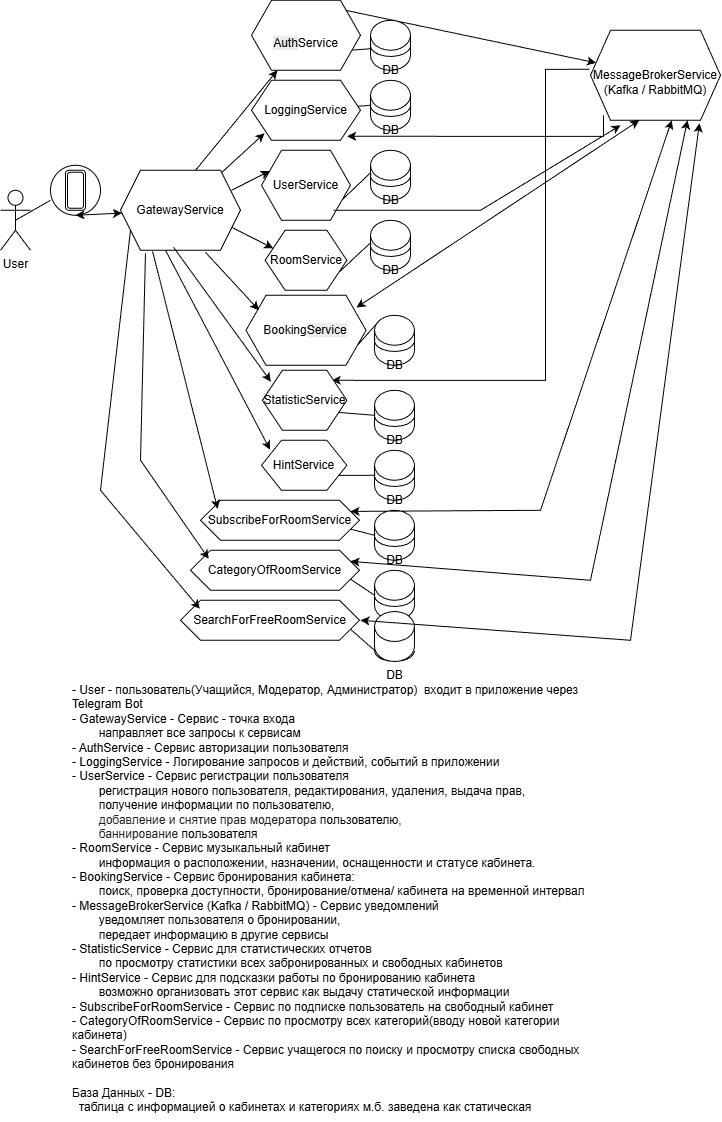
Above: Архитектура проекта Бот в музыкальной студии.png in jovnvl/MusicStudioBot (draw.io), before the change. Source tidied: cells renumbered, new cells last; positions are measured from the earlier drawing's top-left corner, leaving out a move shared by most shapes.
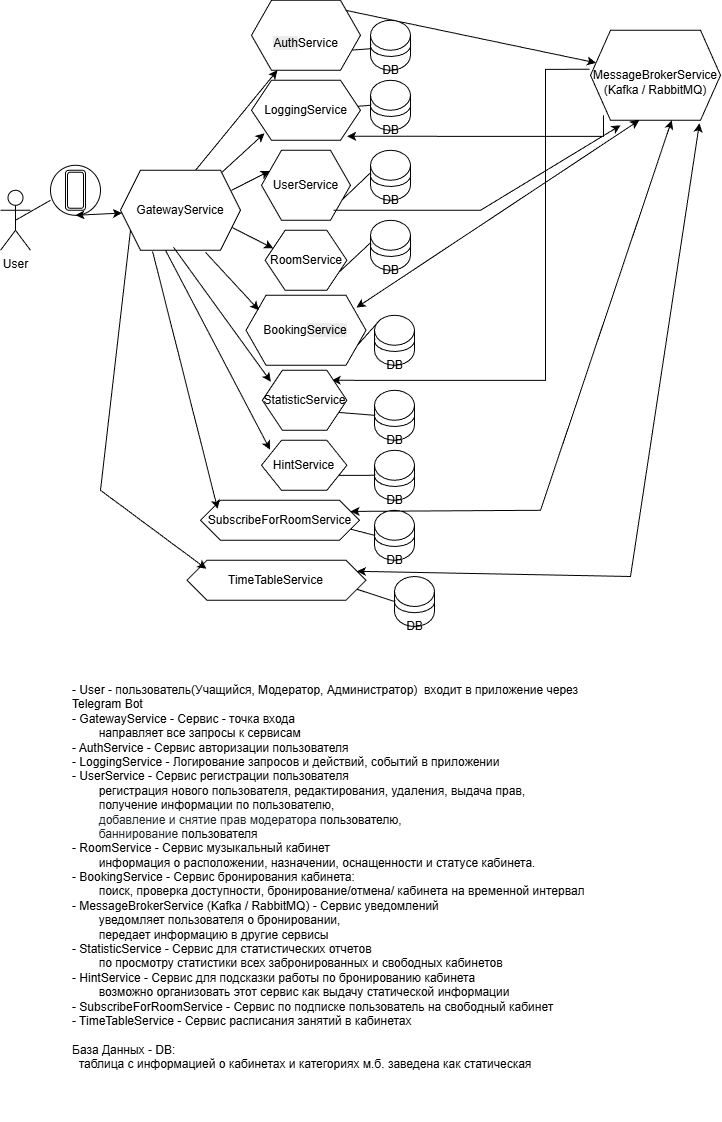
Later version of the same file.

Commit message:
Архитектура проекта

What changed in the source:
```diff
@@ -134,7 +134,7 @@
     <mxCell id="41" style="endArrow=classic;startArrow=classic;html=1;rounded=0;fontFamily=Helvetica;fontSize=12;fontColor=default;exitX=0.921;exitY=0.175;exitDx=0;exitDy=0;entryX=0.375;entryY=1;entryDx=0;entryDy=0;exitPerimeter=0;" parent="1" edge="1" source="16" target="11">
       <mxGeometry relative="1" as="geometry" />
     </mxCell>
-    <mxCell id="42" value="&lt;div&gt;- User - пользователь(Учащийся, Модератор, Администратор)&amp;nbsp; входит в приложение через Telegram Bot&lt;/div&gt;&lt;div&gt;- GatewayService - Сервис - точка входа&lt;/div&gt;&lt;div&gt;&lt;span style=&quot;white-space: normal;&quot;&gt;&lt;span style=&quot;white-space:pre&quot;&gt;&#9;&lt;/span&gt;направляет все запросы к сервисам&lt;/span&gt;&lt;/div&gt;&lt;div&gt;- AuthService - Сервис авторизации пользователя&lt;/div&gt;&lt;div&gt;- LoggingService - Логирование запросов и действий, событий в приложении&lt;/div&gt;&lt;div&gt;- UserService - Сервис регистрации пользователя&lt;/div&gt;&lt;div&gt;&lt;span style=&quot;white-space: normal;&quot;&gt;&lt;span style=&quot;white-space:pre&quot;&gt;&#9;&lt;/span&gt;регистрация нового пользователя, редактирования, удаления, выдача прав,&amp;nbsp; &amp;nbsp; &lt;span style=&quot;white-space: pre;&quot;&gt;&#9;&lt;/span&gt;получение&lt;/span&gt;&lt;span style=&quot;background-color: transparent; color: light-dark(rgb(0, 0, 0), rgb(255, 255, 255));&quot;&gt;&amp;nbsp;информации по пользователю,&lt;/span&gt;&lt;/div&gt;&lt;div&gt;&lt;font face=&quot;Helvetica&quot; style=&quot;font-size: 12px;&quot;&gt;&lt;span style=&quot;color: rgb(31, 35, 40); background-color: rgb(255, 255, 255);&quot;&gt;&lt;span style=&quot;white-space: pre;&quot;&gt;&#9;&lt;/span&gt;&lt;/span&gt;&lt;span style=&quot;color: rgb(31, 35, 40); background-color: rgb(255, 255, 255);&quot;&gt;добавление и снятие прав модератора&amp;nbsp;&lt;/span&gt;&lt;/font&gt;пользователю&lt;font face=&quot;Helvetica&quot; style=&quot;font-size: 12px;&quot;&gt;&lt;span style=&quot;color: rgb(31, 35, 40); background-color: rgb(255, 255, 255);&quot;&gt;,&lt;/span&gt;&lt;br style=&quot;box-sizing: border-box; color: rgb(31, 35, 40); background-color: rgb(255, 255, 255);&quot;&gt;&lt;span style=&quot;color: rgb(31, 35, 40); background-color: rgb(255, 255, 255);&quot;&gt;&lt;span style=&quot;white-space: pre;&quot;&gt;&#9;&lt;/span&gt;баннирование&amp;nbsp;&lt;/span&gt;&lt;/font&gt;&lt;span style=&quot;background-color: transparent; color: light-dark(rgb(0, 0, 0), rgb(255, 255, 255));&quot;&gt;&lt;/span&gt;&lt;span style=&quot;background-color: transparent; color: light-dark(rgb(0, 0, 0), rgb(255, 255, 255));&quot;&gt;пользователя&lt;/span&gt;&lt;/div&gt;&lt;div&gt;- RoomService - Сервис музыкальный кабинет&lt;/div&gt;&lt;div&gt;&amp;nbsp; &amp;nbsp; &amp;nbsp; &amp;nbsp; информация о расположении, назначении, оснащенности и статусе кабинета.&lt;/div&gt;&lt;div&gt;- BookingService - Сервис бронирования кабинета:&lt;/div&gt;&lt;div&gt;&amp;nbsp; &amp;nbsp; &amp;nbsp; &amp;nbsp; поиск, проверка доступности, бронирование/отмена/ кабинета на временной интервал&lt;/div&gt;&lt;div&gt;- MessageBrokerService (Kafka / RabbitMQ) - Сервис уведомлений&lt;/div&gt;&lt;div&gt;&lt;span style=&quot;white-space: normal;&quot;&gt;&lt;span style=&quot;white-space:pre&quot;&gt;&#9;&lt;/span&gt;уведомляет&amp;nbsp;&lt;/span&gt;&lt;span style=&quot;background-color: transparent; color: light-dark(rgb(0, 0, 0), rgb(255, 255, 255));&quot;&gt;пользователя&lt;/span&gt;&lt;span style=&quot;background-color: transparent; color: light-dark(rgb(0, 0, 0), rgb(255, 255, 255));&quot;&gt;&amp;nbsp;о бронировании,&lt;/span&gt;&lt;/div&gt;&lt;div&gt;&lt;span style=&quot;white-space: normal;&quot;&gt;&lt;span style=&quot;white-space:pre&quot;&gt;&#9;&lt;/span&gt;передает информацию в другие сервисы&lt;/span&gt;&lt;/div&gt;&lt;div&gt;- StatisticService - Сервис для статистических отчетов&lt;/div&gt;&lt;div&gt;&lt;span style=&quot;white-space: pre;&quot;&gt;&#9;&lt;/span&gt;по просмотру статистики всех забронированных и свободных кабинетов&lt;/div&gt;&lt;div&gt;- HintService - Сервис для подсказки работы по бронированию кабинета&lt;/div&gt;&lt;div&gt;&lt;span style=&quot;white-space: normal;&quot;&gt;&lt;span style=&quot;white-space:pre&quot;&gt;&#9;&lt;/span&gt;возможно организовать этот сервис как выдачу статической информации&lt;/span&gt;&lt;/div&gt;&lt;div&gt;- SubscribeForRoomService - Сервис по подписке&amp;nbsp;&lt;span style=&quot;background-color: transparent; color: light-dark(rgb(0, 0, 0), rgb(255, 255, 255));&quot;&gt;пользователь&lt;/span&gt;&lt;span style=&quot;background-color: transparent; color: light-dark(rgb(0, 0, 0), rgb(255, 255, 255));&quot;&gt;&amp;nbsp;на свободный кабинет&lt;/span&gt;&lt;/div&gt;&lt;div&gt;- CategoryOfRoomService - Сервис по просмотру всех категорий(вводу новой категории кабинета)&lt;/div&gt;&lt;div&gt;- SearchForFreeRoomService - Сервис учащегося по поиску и просмотру списка свободных кабинетов без бронирования&lt;/div&gt;&lt;div&gt;&lt;br&gt;&lt;/div&gt;&lt;div&gt;База Данных - DB:&lt;/div&gt;&lt;div&gt;&amp;nbsp; таблица с информацией о кабинетах и категориях м.б. заведена как статическая&lt;/div&gt;" style="text;whiteSpace=wrap;html=1;fontFamily=Helvetica;fontSize=12;fontColor=default;" parent="1" vertex="1">
+    <mxCell id="42" value="&lt;div&gt;- User - пользователь(Учащийся, Модератор, Администратор)&amp;nbsp; входит в приложение через Telegram Bot&lt;/div&gt;&lt;div&gt;- GatewayService - Сервис - точка входа&lt;/div&gt;&lt;div&gt;&lt;span style=&quot;white-space: normal;&quot;&gt;&lt;span style=&quot;white-space:pre&quot;&gt;&#9;&lt;/span&gt;направляет все запросы к сервисам&lt;/span&gt;&lt;/div&gt;&lt;div&gt;- AuthService - Сервис авторизации пользователя&lt;/div&gt;&lt;div&gt;- LoggingService - Логирование запросов и действий, событий в приложении&lt;/div&gt;&lt;div&gt;- UserService - Сервис регистрации пользователя&lt;/div&gt;&lt;div&gt;&lt;span style=&quot;white-space: normal;&quot;&gt;&lt;span style=&quot;white-space:pre&quot;&gt;&#9;&lt;/span&gt;регистрация нового пользователя, редактирования, удаления, выдача прав,&amp;nbsp; &amp;nbsp; &lt;span style=&quot;white-space: pre;&quot;&gt;&#9;&lt;/span&gt;получение&lt;/span&gt;&lt;span style=&quot;background-color: transparent; color: light-dark(rgb(0, 0, 0), rgb(255, 255, 255));&quot;&gt;&amp;nbsp;информации по пользователю,&lt;/span&gt;&lt;/div&gt;&lt;div&gt;&lt;font face=&quot;Helvetica&quot; style=&quot;font-size: 12px;&quot;&gt;&lt;span style=&quot;color: rgb(31, 35, 40); background-color: rgb(255, 255, 255);&quot;&gt;&lt;span style=&quot;white-space: pre;&quot;&gt;&#9;&lt;/span&gt;&lt;/span&gt;&lt;span style=&quot;color: rgb(31, 35, 40); background-color: rgb(255, 255, 255);&quot;&gt;добавление и снятие прав модератора&amp;nbsp;&lt;/span&gt;&lt;/font&gt;пользователю&lt;font face=&quot;Helvetica&quot; style=&quot;font-size: 12px;&quot;&gt;&lt;span style=&quot;color: rgb(31, 35, 40); background-color: rgb(255, 255, 255);&quot;&gt;,&lt;/span&gt;&lt;br style=&quot;box-sizing: border-box; color: rgb(31, 35, 40); background-color: rgb(255, 255, 255);&quot;&gt;&lt;span style=&quot;color: rgb(31, 35, 40); background-color: rgb(255, 255, 255);&quot;&gt;&lt;span style=&quot;white-space: pre;&quot;&gt;&#9;&lt;/span&gt;баннирование&amp;nbsp;&lt;/span&gt;&lt;/font&gt;&lt;span style=&quot;background-color: transparent; color: light-dark(rgb(0, 0, 0), rgb(255, 255, 255));&quot;&gt;&lt;/span&gt;&lt;span style=&quot;background-color: transparent; color: light-dark(rgb(0, 0, 0), rgb(255, 255, 255));&quot;&gt;пользователя&lt;/span&gt;&lt;/div&gt;&lt;div&gt;- RoomService - Сервис музыкальный кабинет&lt;/div&gt;&lt;div&gt;&amp;nbsp; &amp;nbsp; &amp;nbsp; &amp;nbsp; информация о расположении, назначении, оснащенности и статусе кабинета.&lt;/div&gt;&lt;div&gt;- BookingService - Сервис бронирования кабинета:&lt;/div&gt;&lt;div&gt;&amp;nbsp; &amp;nbsp; &amp;nbsp; &amp;nbsp; поиск, проверка доступности, бронирование/отмена/ кабинета на временной интервал&lt;/div&gt;&lt;div&gt;- MessageBrokerService (Kafka / RabbitMQ) - Сервис уведомлений&lt;/div&gt;&lt;div&gt;&lt;span style=&quot;white-space: normal;&quot;&gt;&lt;span style=&quot;white-space:pre&quot;&gt;&#9;&lt;/span&gt;уведомляет&amp;nbsp;&lt;/span&gt;&lt;span style=&quot;background-color: transparent; color: light-dark(rgb(0, 0, 0), rgb(255, 255, 255));&quot;&gt;пользователя&lt;/span&gt;&lt;span style=&quot;background-color: transparent; color: light-dark(rgb(0, 0, 0), rgb(255, 255, 255));&quot;&gt;&amp;nbsp;о бронировании,&lt;/span&gt;&lt;/div&gt;&lt;div&gt;&lt;span style=&quot;white-space: normal;&quot;&gt;&lt;span style=&quot;white-space:pre&quot;&gt;&#9;&lt;/span&gt;передает информацию в другие сервисы&lt;/span&gt;&lt;/div&gt;&lt;div&gt;- StatisticService - Сервис для статистических отчетов&lt;/div&gt;&lt;div&gt;&lt;span style=&quot;white-space: pre;&quot;&gt;&#9;&lt;/span&gt;по просмотру статистики всех забронированных и свободных кабинетов&lt;/div&gt;&lt;div&gt;- HintService - Сервис для подсказки работы по бронированию кабинета&lt;/div&gt;&lt;div&gt;&lt;span style=&quot;white-space: normal;&quot;&gt;&lt;span style=&quot;white-space:pre&quot;&gt;&#9;&lt;/span&gt;возможно организовать этот сервис как выдачу статической информации&lt;/span&gt;&lt;/div&gt;&lt;div&gt;- SubscribeForRoomService - Сервис по подписке&amp;nbsp;&lt;span style=&quot;background-color: transparent; color: light-dark(rgb(0, 0, 0), rgb(255, 255, 255));&quot;&gt;пользователь&lt;/span&gt;&lt;span style=&quot;background-color: transparent; color: light-dark(rgb(0, 0, 0), rgb(255, 255, 255));&quot;&gt;&amp;nbsp;на свободный кабинет&lt;/span&gt;&lt;/div&gt;&lt;div&gt;&lt;span style=&quot;background-color: transparent; color: light-dark(rgb(0, 0, 0), rgb(255, 255, 255));&quot;&gt;- TimeTableService - Сервис расписания занятий в кабинетах&lt;/span&gt;&lt;/div&gt;&lt;div&gt;&lt;span style=&quot;background-color: transparent; color: light-dark(rgb(0, 0, 0), rgb(255, 255, 255));&quot;&gt;&lt;br&gt;&lt;/span&gt;&lt;/div&gt;&lt;div&gt;База Данных - DB:&lt;/div&gt;&lt;div&gt;&amp;nbsp; таблица с информацией о кабинетах и категориях м.б. заведена как статическая&lt;/div&gt;" style="text;whiteSpace=wrap;html=1;fontFamily=Helvetica;fontSize=12;fontColor=default;" parent="1" vertex="1">
       <mxGeometry x="70" y="676" width="520" height="445" as="geometry" />
     </mxCell>
     <mxCell id="43" value="&lt;div&gt;&lt;span style=&quot;background-color: transparent; color: light-dark(rgb(0, 0, 0), rgb(255, 255, 255));&quot;&gt;HintService&lt;/span&gt;&lt;/div&gt;" style="shape=hexagon;perimeter=hexagonPerimeter2;whiteSpace=wrap;html=1;fixedSize=1;" parent="1" vertex="1">
@@ -215,18 +215,8 @@
     <mxCell id="64" style="endArrow=none;html=1;rounded=0;fontFamily=Helvetica;fontSize=12;fontColor=default;exitX=1;exitY=0.75;exitDx=0;exitDy=0;entryX=0;entryY=0.5;entryDx=0;entryDy=0;entryPerimeter=0;" parent="1" edge="1" source="58" target="61">
       <mxGeometry relative="1" as="geometry" />
     </mxCell>
-    <mxCell id="65" value="&lt;span style=&quot;text-align: left;&quot;&gt;CategoryOfRoomService&lt;/span&gt;" style="shape=hexagon;perimeter=hexagonPerimeter2;whiteSpace=wrap;html=1;fixedSize=1;" parent="1" vertex="1">
-      <mxGeometry x="190" y="549.8" width="169" height="40" as="geometry" />
-    </mxCell>
-    <mxCell id="66" style="endArrow=classic;html=1;rounded=0;fontFamily=Helvetica;fontSize=12;fontColor=default;entryX=0.108;entryY=0.213;entryDx=0;entryDy=0;exitX=0.208;exitY=1.038;exitDx=0;exitDy=0;exitPerimeter=0;entryPerimeter=0;" parent="1" edge="1" source="5" target="65">
-      <mxGeometry relative="1" as="geometry">
-        <Array as="points">
-          <mxPoint x="140" y="459.8" />
-        </Array>
-      </mxGeometry>
-    </mxCell>
     <mxCell id="67" value="DB" style="group;" parent="1" vertex="1">
-      <mxGeometry x="374" y="569.8" width="40" height="50" as="geometry" />
+      <mxGeometry x="394" y="576" width="40" height="50" as="geometry" />
     </mxCell>
     <mxCell id="68" style="shape=cylinder3;whiteSpace=wrap;html=1;boundedLbl=1;backgroundOutline=1;size=15;" parent="67" vertex="1">
       <mxGeometry width="40" height="50" as="geometry" />
@@ -234,18 +224,11 @@
     <mxCell id="69" value="DB" style="verticalLabelPosition=bottom;verticalAlign=top;html=1;shape=mxgraph.basic.arc;startAngle=0.5063628056739959;endAngle=0.0314164790945006;direction=north;" parent="67" vertex="1">
       <mxGeometry y="14.6" width="40" height="21.6" as="geometry" />
     </mxCell>
-    <mxCell id="70" style="endArrow=classic;startArrow=classic;html=1;rounded=0;fontFamily=Helvetica;fontSize=12;fontColor=default;exitX=1;exitY=0.25;exitDx=0;exitDy=0;entryX=0.746;entryY=1;entryDx=0;entryDy=0;entryPerimeter=0;" parent="1" edge="1" source="65" target="11">
-      <mxGeometry relative="1" as="geometry">
-        <Array as="points">
-          <mxPoint x="590" y="579.8" />
-        </Array>
-      </mxGeometry>
-    </mxCell>
-    <mxCell id="71" style="endArrow=none;html=1;rounded=0;fontFamily=Helvetica;fontSize=12;fontColor=default;exitX=1;exitY=0.75;exitDx=0;exitDy=0;entryX=0;entryY=0.5;entryDx=0;entryDy=0;entryPerimeter=0;" parent="1" edge="1" source="65" target="68">
+    <mxCell id="71" style="endArrow=none;html=1;rounded=0;fontFamily=Helvetica;fontSize=12;fontColor=default;exitX=1;exitY=0.75;exitDx=0;exitDy=0;entryX=0;entryY=0.5;entryDx=0;entryDy=0;entryPerimeter=0;" parent="1" edge="1" source="72" target="68">
       <mxGeometry relative="1" as="geometry" />
     </mxCell>
-    <mxCell id="72" value="&lt;span style=&quot;text-align: left;&quot;&gt;SearchForFreeRoomService&lt;/span&gt;" style="shape=hexagon;perimeter=hexagonPerimeter2;whiteSpace=wrap;html=1;fixedSize=1;" parent="1" vertex="1">
-      <mxGeometry x="180" y="599.8" width="179" height="40" as="geometry" />
+    <mxCell id="72" value="&lt;span style=&quot;text-align: left;&quot;&gt;TimeTableService&lt;/span&gt;" style="shape=hexagon;perimeter=hexagonPerimeter2;whiteSpace=wrap;html=1;fixedSize=1;" parent="1" vertex="1">
+      <mxGeometry x="186.5" y="559.8" width="179" height="40" as="geometry" />
     </mxCell>
     <mxCell id="73" style="endArrow=classic;html=1;rounded=0;fontFamily=Helvetica;fontSize=12;fontColor=default;entryX=0.108;entryY=0.213;entryDx=0;entryDy=0;entryPerimeter=0;" parent="1" edge="1" target="72">
       <mxGeometry relative="1" as="geometry">
@@ -255,27 +238,12 @@
         </Array>
       </mxGeometry>
     </mxCell>
-    <mxCell id="74" value="DB" style="group;" parent="1" vertex="1">
-      <mxGeometry x="374" y="611" width="40" height="50" as="geometry" />
-    </mxCell>
-    <mxCell id="75" style="shape=cylinder3;whiteSpace=wrap;html=1;boundedLbl=1;backgroundOutline=1;size=15;" parent="74" vertex="1">
-      <mxGeometry width="40" height="50" as="geometry" />
-    </mxCell>
-    <mxCell id="76" value="DB" style="verticalLabelPosition=bottom;verticalAlign=top;html=1;shape=mxgraph.basic.arc;startAngle=0.5063628056739959;endAngle=0.0314164790945006;direction=north;" parent="74" vertex="1">
-      <mxGeometry y="28.4" width="40" height="21.6" as="geometry" />
-    </mxCell>
-    <mxCell id="77" style="endArrow=classic;startArrow=classic;html=1;rounded=0;fontFamily=Helvetica;fontSize=12;fontColor=default;entryX=0.838;entryY=1.033;entryDx=0;entryDy=0;entryPerimeter=0;" parent="1" edge="1" target="11">
+    <mxCell id="77" style="endArrow=classic;startArrow=classic;html=1;rounded=0;fontFamily=Helvetica;fontSize=12;fontColor=default;entryX=0.838;entryY=1.033;entryDx=0;entryDy=0;entryPerimeter=0;exitX=1;exitY=0.25;exitDx=0;exitDy=0;" parent="1" edge="1" source="72" target="11">
       <mxGeometry relative="1" as="geometry">
-        <mxPoint x="360" y="619.8" as="sourcePoint" />
         <Array as="points">
-          <mxPoint x="630" y="639.8" />
+          <mxPoint x="630" y="576" />
         </Array>
       </mxGeometry>
     </mxCell>
-    <mxCell id="78" style="endArrow=none;html=1;rounded=0;fontFamily=Helvetica;fontSize=12;fontColor=default;exitX=1;exitY=0.75;exitDx=0;exitDy=0;entryX=0;entryY=0.5;entryDx=0;entryDy=0;entryPerimeter=0;" parent="1" edge="1" source="72">
-      <mxGeometry relative="1" as="geometry">
-        <mxPoint x="374" y="649.8" as="targetPoint" />
-      </mxGeometry>
-    </mxCell>
   </root>
 </mxGraphModel>
```
